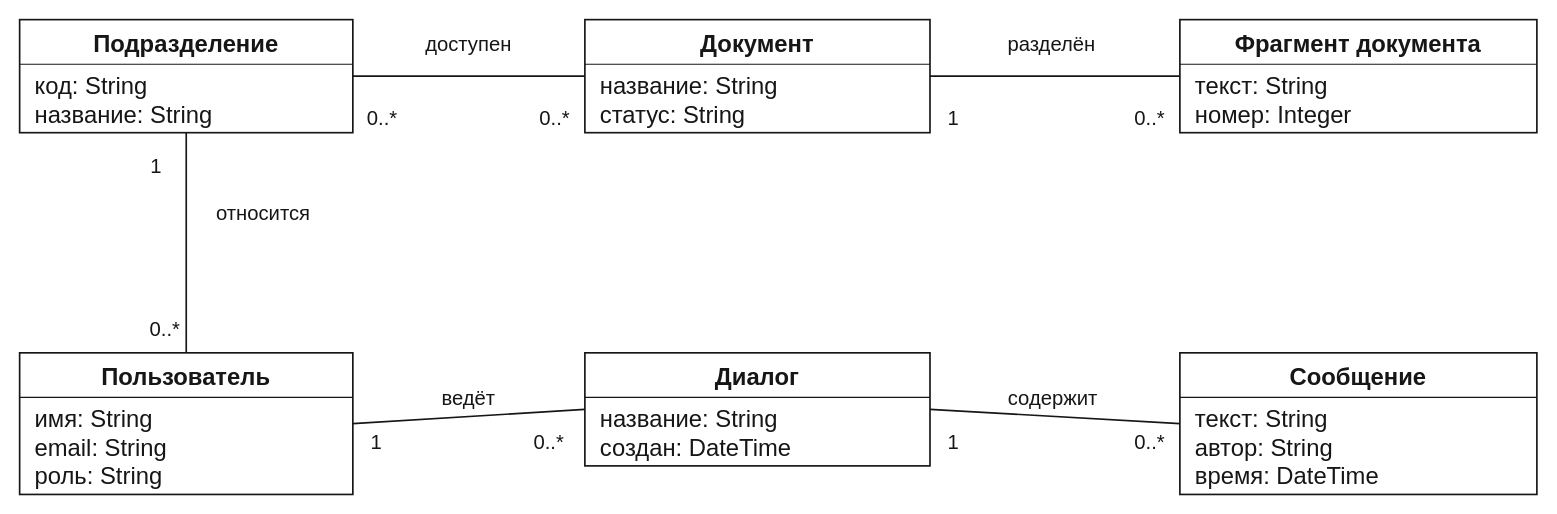
The draw.io diagram page "ЛР 1 · Модель предметной области" (1 of 3) of RAG-ассистент/RAG-ассистент.drawio in Parsi853/OOAP, before the edit. Source tidied: cells renumbered, new cells numbered last; positions are measured from the earlier drawing's top-left corner, leaving out a move shared by most shapes. Both pictures are drawn from the tidied source at 119%, with x=0, y=0 at pixel (19, 19).
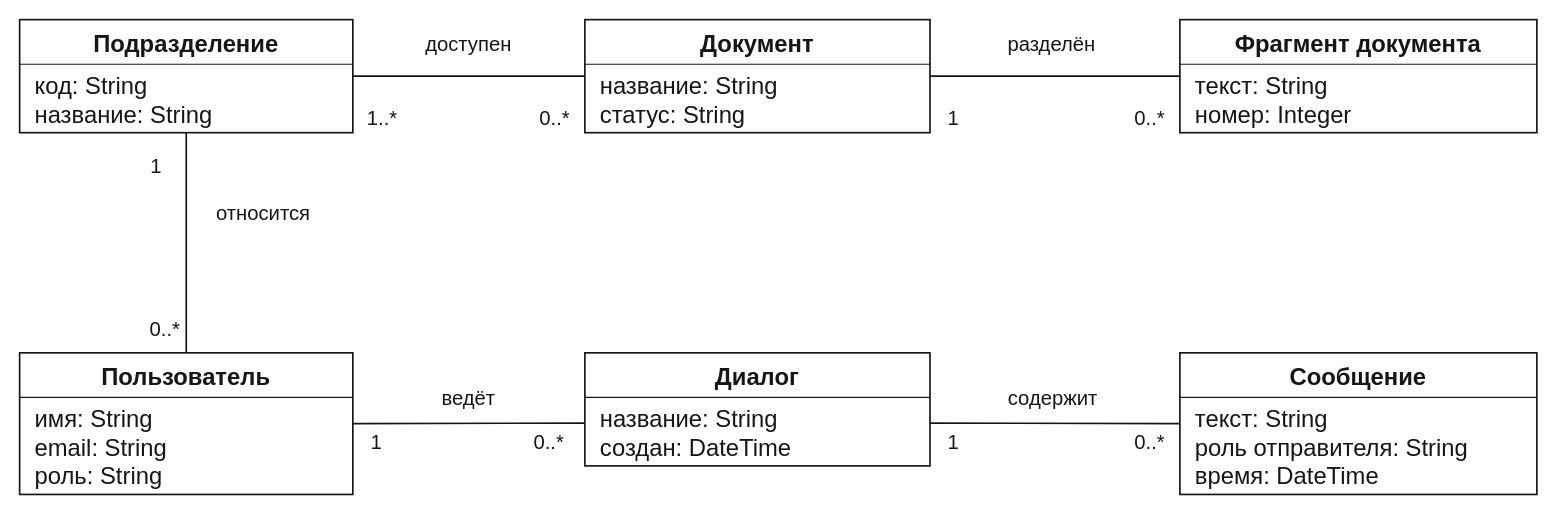
The same diagram, later.

The change refers to these unchanged cells:
```xml
<mxCell id="6" style="rounded=0;strokeColor=#161616;fillColor=#FFFFFF;strokeWidth=1.4;" parent="1" vertex="1">
  <mxGeometry y="280" width="280" height="119" as="geometry" />
</mxCell>
<mxCell id="10" style="rounded=0;strokeColor=#161616;fillColor=#FFFFFF;strokeWidth=1.4;" parent="1" vertex="1">
  <mxGeometry x="475" y="280" width="290" height="95" as="geometry" />
</mxCell>
<mxCell id="14" style="rounded=0;strokeColor=#161616;fillColor=#FFFFFF;strokeWidth=1.4;" parent="1" vertex="1">
  <mxGeometry x="975" y="280" width="300" height="119" as="geometry" />
</mxCell>
```

The edit, as a diff of the source:
```diff
@@
-    <mxCell id="17" value="текст: String&#10;автор: String&#10;время: DateTime" style="text;align=left;verticalAlign=middle;spacing=0;whiteSpace=nowrap;fontFamily=Arial;fontSize=20;fontColor=#161616;" parent="14" vertex="1">
+    <mxCell id="17" value="текст: String&#10;роль отправителя: String&#10;время: DateTime" style="text;align=left;verticalAlign=middle;spacing=0;whiteSpace=nowrap;fontFamily=Arial;fontSize=20;fontColor=#161616;" parent="14" vertex="1">
       <mxGeometry x="13" y="41" width="277" height="74" as="geometry" />
     </mxCell>
@@
-    <mxCell id="27" style="edgeStyle=none;endArrow=none;startArrow=none;endSize=7;strokeWidth=1.4;strokeColor=#161616;exitX=1;exitY=0.5;exitPerimeter=0;entryX=0;entryY=0.5;entryPerimeter=0;" parent="1" edge="1" source="6" target="10">
+    <mxCell id="27" style="edgeStyle=none;endArrow=none;startArrow=none;endSize=7;strokeWidth=1.4;strokeColor=#161616;exitX=1;exitY=0.5;exitPerimeter=0;entryX=0;entryY=0.6210526315789474;entryPerimeter=0;" parent="1" edge="1" source="6" target="10">
       <mxGeometry relative="1" as="geometry" />
     </mxCell>
-    <mxCell id="28" style="edgeStyle=none;endArrow=none;startArrow=none;endSize=7;strokeWidth=1.4;strokeColor=#161616;exitX=1;exitY=0.5;exitPerimeter=0;entryX=0;entryY=0.5;entryPerimeter=0;" parent="1" edge="1" source="10" target="14">
+    <mxCell id="28" style="edgeStyle=none;endArrow=none;startArrow=none;endSize=7;strokeWidth=1.4;strokeColor=#161616;exitX=1;exitY=0.6210526315789474;exitPerimeter=0;entryX=0;entryY=0.5;entryPerimeter=0;" parent="1" edge="1" source="10" target="14">
       <mxGeometry relative="1" as="geometry" />
     </mxCell>
@@
-    <mxCell id="41" value="0..*" style="text;html=0;strokeColor=none;fillColor=none;align=center;verticalAlign=middle;whiteSpace=nowrap;spacing=0;fontFamily=Arial;fontSize=17;fontColor=#161616;fontStyle=0;" parent="1" vertex="1">
+    <mxCell id="41" value="1..*" style="text;html=0;strokeColor=none;fillColor=none;align=center;verticalAlign=middle;whiteSpace=nowrap;spacing=0;fontFamily=Arial;fontSize=17;fontColor=#161616;fontStyle=0;" parent="1" vertex="1">
       <mxGeometry x="280" y="70" width="50" height="23" as="geometry" />
     </mxCell>
```
